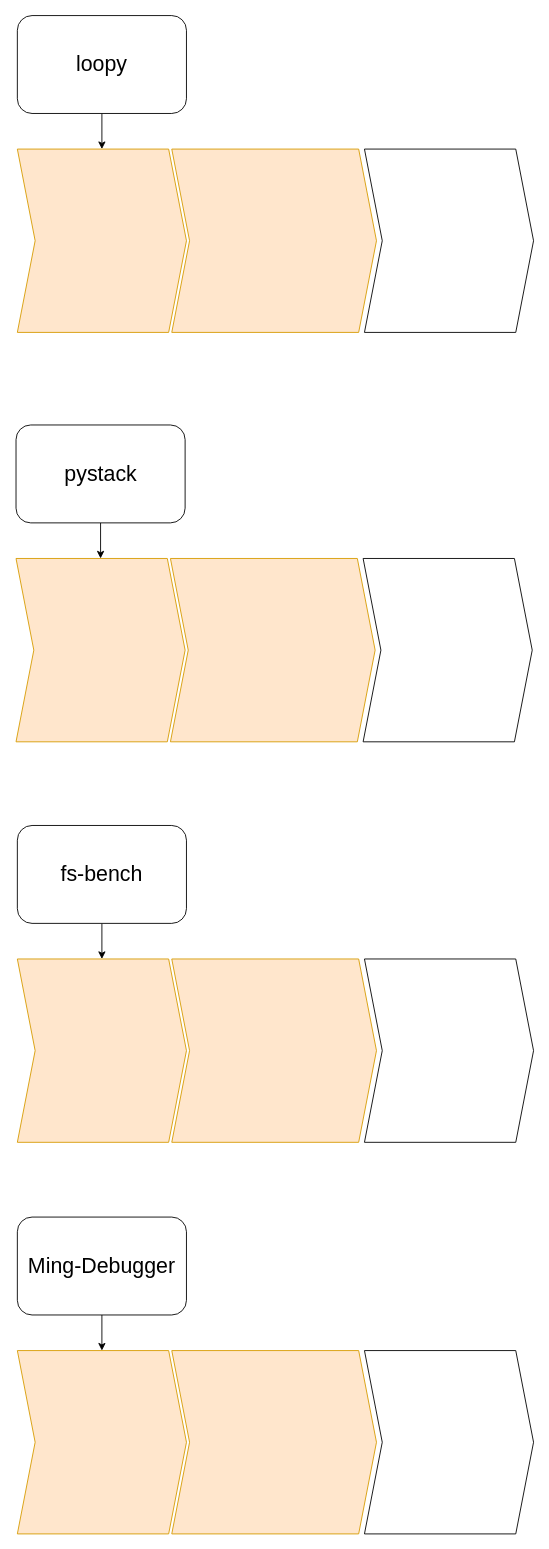
This is page "工匠精神" (3 of 4) of scheduler.drawio from xiaoniaoyouhuajiang/ClassNotebook, a draw.io file, before an edit. Source tidied: cells renumbered, new cells numbered last; positions are measured from the earlier drawing's top-left corner, leaving out a move shared by most shapes. Both pictures are drawn from the tidied source at 89%, with x=0, y=0 at pixel (15, 15).
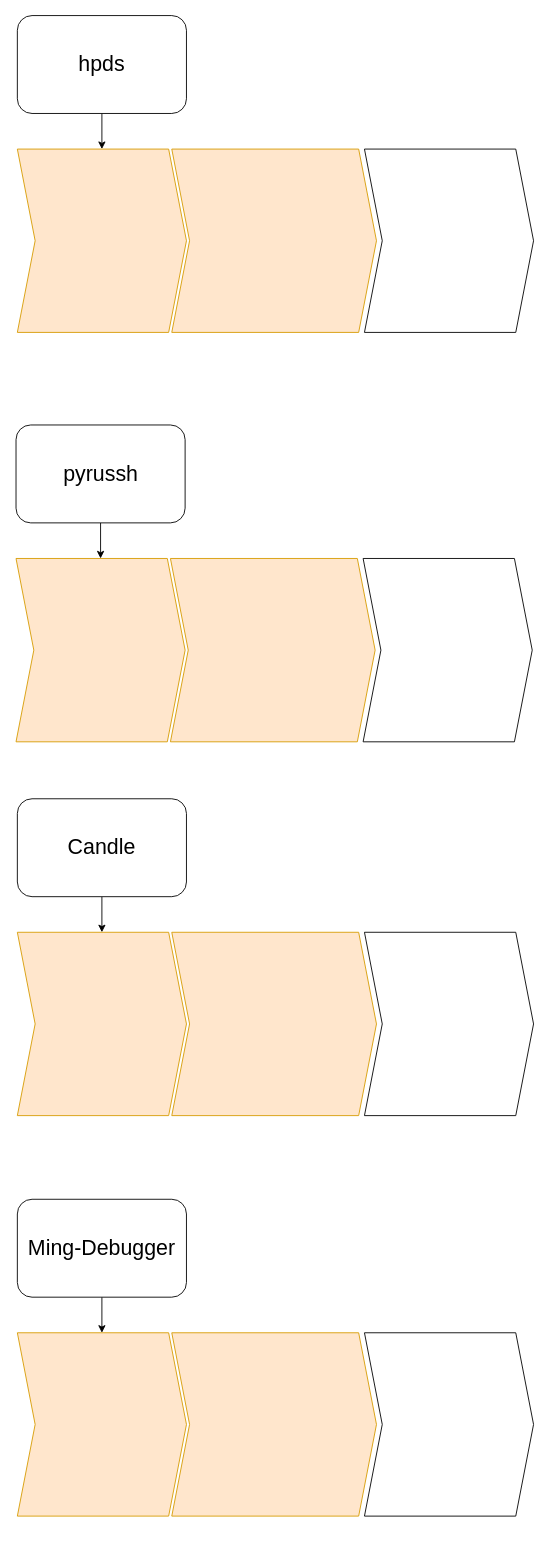
Above is the later version.

What changed in the source:
```diff
@@
-    <mxCell id="3" value="&lt;span style=&quot;font-size: 24px&quot;&gt;loopy&lt;/span&gt;" style="rounded=1;whiteSpace=wrap;html=1;" parent="1" vertex="1">
+    <mxCell id="3" value="&lt;span style=&quot;font-size: 24px;&quot;&gt;hpds&lt;/span&gt;" style="rounded=1;whiteSpace=wrap;html=1;" parent="1" vertex="1">
       <mxGeometry x="2" width="190" height="110" as="geometry" />
     </mxCell>
@@
-    <mxCell id="8" value="&lt;span style=&quot;font-size: 24px&quot;&gt;pystack&lt;/span&gt;" style="rounded=1;whiteSpace=wrap;html=1;" parent="1" vertex="1">
+    <mxCell id="8" value="&lt;span style=&quot;font-size: 24px&quot;&gt;pyrussh&lt;/span&gt;" style="rounded=1;whiteSpace=wrap;html=1;" parent="1" vertex="1">
       <mxGeometry x="0.5" y="460" width="190" height="110" as="geometry" />
     </mxCell>
@@
-    <mxCell id="12" style="edgeStyle=orthogonalEdgeStyle;rounded=0;jettySize=auto;html=1;" parent="1" edge="1" source="13" target="14">
-      <mxGeometry relative="1" as="geometry" />
-    </mxCell>
-    <mxCell id="13" value="&lt;span style=&quot;font-size: 24px&quot;&gt;fs-bench&lt;/span&gt;" style="rounded=1;whiteSpace=wrap;html=1;" parent="1" vertex="1">
-      <mxGeometry x="2" y="910" width="190" height="110" as="geometry" />
-    </mxCell>
-    <mxCell id="14" style="shape=step;perimeter=stepPerimeter;fixedSize=1;points=[];whiteSpace=wrap;fontSize=20;fillColor=#ffe6cc;strokeColor=#d79b00;" parent="1" vertex="1">
-      <mxGeometry x="2" y="1060" width="190" height="206" as="geometry" />
-    </mxCell>
-    <mxCell id="15" style="shape=step;perimeter=stepPerimeter;fixedSize=1;whiteSpace=wrap;fontSize=20;fillColor=#ffe6cc;strokeColor=#d79b00;" parent="1" vertex="1">
-      <mxGeometry x="175.5" y="1060" width="230" height="206" as="geometry" />
-    </mxCell>
-    <mxCell id="16" style="shape=step;perimeter=stepPerimeter;fixedSize=1;whiteSpace=wrap;fontSize=20;" parent="1" vertex="1">
-      <mxGeometry x="392" y="1060" width="190" height="206" as="geometry" />
-    </mxCell>
@@
     <mxCell id="18" value="&lt;span style=&quot;font-size: 24px&quot;&gt;Ming-Debugger&lt;/span&gt;" style="rounded=1;whiteSpace=wrap;html=1;" parent="1" vertex="1">
-      <mxGeometry x="2" y="1350" width="190" height="110" as="geometry" />
+      <mxGeometry x="2" y="1330" width="190" height="110" as="geometry" />
     </mxCell>
     <mxCell id="19" style="shape=step;perimeter=stepPerimeter;fixedSize=1;points=[];whiteSpace=wrap;fontSize=20;fillColor=#ffe6cc;strokeColor=#d79b00;" parent="1" vertex="1">
-      <mxGeometry x="2" y="1500" width="190" height="206" as="geometry" />
+      <mxGeometry x="2" y="1480" width="190" height="206" as="geometry" />
     </mxCell>
     <mxCell id="20" style="shape=step;perimeter=stepPerimeter;fixedSize=1;whiteSpace=wrap;fontSize=20;fillColor=#ffe6cc;strokeColor=#d79b00;" parent="1" vertex="1">
-      <mxGeometry x="175.5" y="1500" width="230" height="206" as="geometry" />
+      <mxGeometry x="175.5" y="1480" width="230" height="206" as="geometry" />
     </mxCell>
     <mxCell id="21" style="shape=step;perimeter=stepPerimeter;fixedSize=1;whiteSpace=wrap;fontSize=20;" parent="1" vertex="1">
-      <mxGeometry x="392" y="1500" width="190" height="206" as="geometry" />
+      <mxGeometry x="392" y="1480" width="190" height="206" as="geometry" />
     </mxCell>
+    <mxCell id="22" style="edgeStyle=orthogonalEdgeStyle;rounded=0;jettySize=auto;html=1;" parent="1" edge="1" source="23" target="24">
+      <mxGeometry relative="1" as="geometry" />
+    </mxCell>
+    <mxCell id="23" value="&lt;span style=&quot;font-size: 24px&quot;&gt;Candle&lt;/span&gt;" style="rounded=1;whiteSpace=wrap;html=1;" parent="1" vertex="1">
+      <mxGeometry x="2" y="880" width="190" height="110" as="geometry" />
+    </mxCell>
+    <mxCell id="24" style="shape=step;perimeter=stepPerimeter;fixedSize=1;points=[];whiteSpace=wrap;fontSize=20;fillColor=#ffe6cc;strokeColor=#d79b00;" parent="1" vertex="1">
+      <mxGeometry x="2" y="1030" width="190" height="206" as="geometry" />
+    </mxCell>
+    <mxCell id="25" style="shape=step;perimeter=stepPerimeter;fixedSize=1;whiteSpace=wrap;fontSize=20;fillColor=#ffe6cc;strokeColor=#d79b00;" parent="1" vertex="1">
+      <mxGeometry x="175.5" y="1030" width="230" height="206" as="geometry" />
+    </mxCell>
+    <mxCell id="26" style="shape=step;perimeter=stepPerimeter;fixedSize=1;whiteSpace=wrap;fontSize=20;" parent="1" vertex="1">
+      <mxGeometry x="392" y="1030" width="190" height="206" as="geometry" />
+    </mxCell>
```
